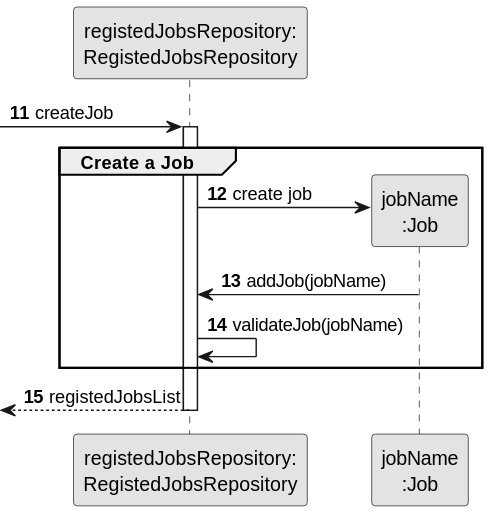
Before: docs/sprint2/us002/03.design/svg/us002-sequence-diagram-partial-create-job.svg, a diagram exported from PlantUML (1231360-ISEP/lei-24-s2-1db-g021).
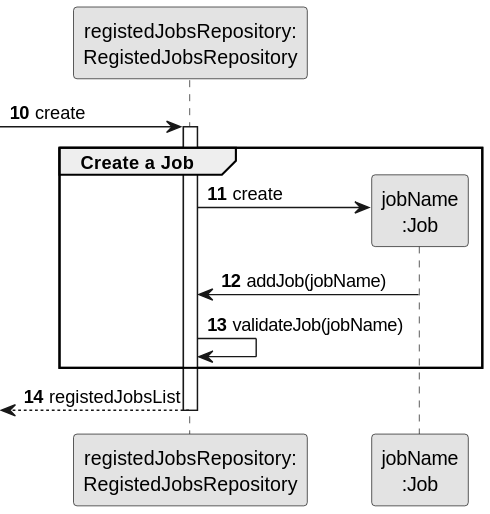
After the change.

The edit, as a diff of the source:
```diff
@@ -6,13 +6,13 @@
 participant "registedJobsRepository:\nRegistedJobsRepository" as RegistedJobsRepository
 participant "jobName\n:Job" as PROFISSAO
 
-autonumber 11
--> RegistedJobsRepository: createJob
+autonumber 10
+-> RegistedJobsRepository: create
 activate RegistedJobsRepository
 
     group Create a Job
 
-        RegistedJobsRepository -> PROFISSAO**: create job
+        RegistedJobsRepository -> PROFISSAO**: create
         PROFISSAO -> RegistedJobsRepository: addJob(jobName)
 
             RegistedJobsRepository -> RegistedJobsRepository: validateJob(jobName)
```
